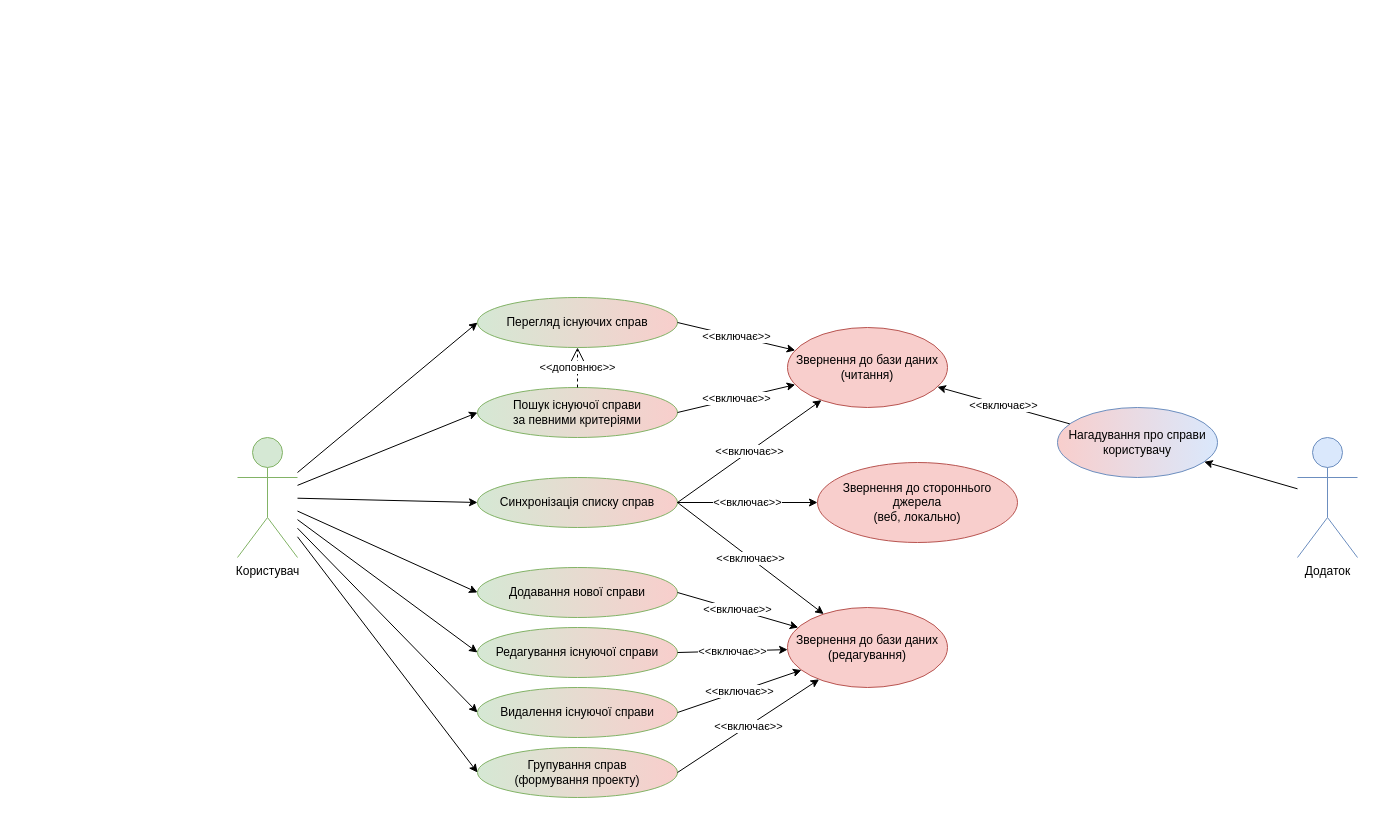
This is docs/use_case_diagram.drawio from stragesnight/.NET_course_project, a draw.io file, before an edit. Source tidied: cells renumbered, new cells numbered last; positions are measured from the earlier drawing's top-left corner, leaving out a move shared by most shapes. Both pictures are drawn from the tidied source at 100%, with x=0, y=0 at pixel (237, 297).
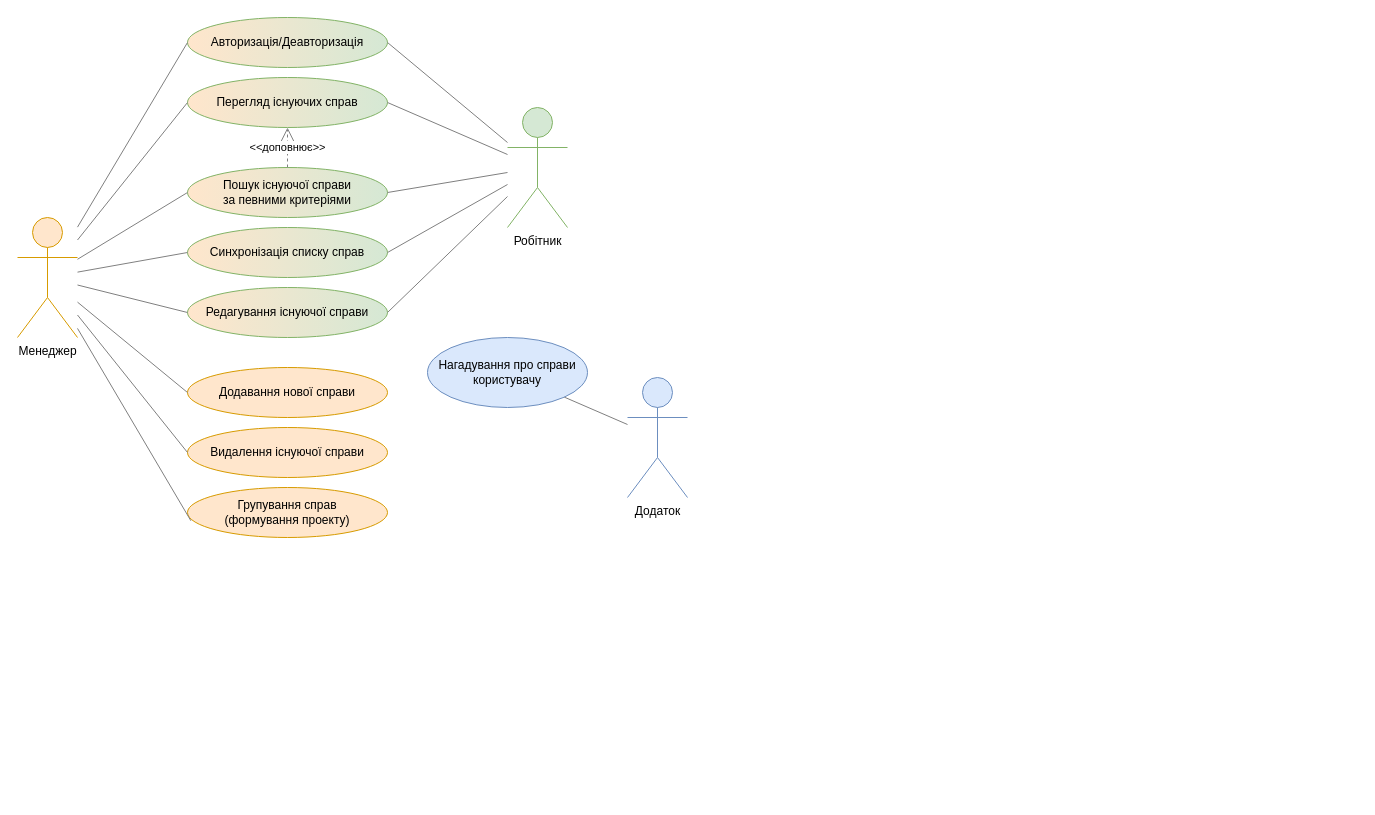
The same diagram, later.

Commit message (it also covers changes not shown here):
Редагування діаграми варіантів використання та файла-додатка

The edit, as a diff of the source:
```diff
@@
-    <mxCell id="2" value="&lt;div&gt;Перегляд існуючих справ&lt;br&gt;&lt;/div&gt;" style="ellipse;whiteSpace=wrap;html=1;gradientDirection=east;fillColor=#d5e8d4;strokeColor=#82b366;gradientColor=#F8CECC;" parent="1" vertex="1">
-      <mxGeometry x="240" width="200" height="50" as="geometry" />
+    <mxCell id="2" value="&lt;div&gt;Перегляд існуючих справ&lt;br&gt;&lt;/div&gt;" style="ellipse;whiteSpace=wrap;html=1;gradientDirection=west;fillColor=#d5e8d4;strokeColor=#82b366;gradientColor=#FFE6CC;" parent="1" vertex="1">
+      <mxGeometry x="-50" y="-220" width="200" height="50" as="geometry" />
     </mxCell>
-    <mxCell id="3" value="&lt;div&gt;Користувач&lt;/div&gt;" style="shape=umlActor;verticalLabelPosition=bottom;verticalAlign=top;html=1;fillColor=#d5e8d4;strokeColor=#82b366;" parent="1" vertex="1">
-      <mxGeometry y="140" width="60" height="120" as="geometry" />
+    <mxCell id="3" value="Робітник" style="shape=umlActor;verticalLabelPosition=bottom;verticalAlign=top;html=1;fillColor=#d5e8d4;strokeColor=#82b366;" parent="1" vertex="1">
+      <mxGeometry x="270" y="-190" width="60" height="120" as="geometry" />
     </mxCell>
-    <mxCell id="4" value="&lt;div&gt;Додавання нової справи&lt;/div&gt;" style="ellipse;whiteSpace=wrap;html=1;fillColor=#d5e8d4;strokeColor=#82b366;gradientDirection=east;gradientColor=#F8CECC;" parent="1" vertex="1">
-      <mxGeometry x="240" y="270" width="200" height="50" as="geometry" />
+    <mxCell id="4" value="&lt;div&gt;Додавання нової справи&lt;/div&gt;" style="ellipse;whiteSpace=wrap;html=1;fillColor=#ffe6cc;strokeColor=#d79b00;gradientDirection=west;" parent="1" vertex="1">
+      <mxGeometry x="-50" y="70" width="200" height="50" as="geometry" />
     </mxCell>
-    <mxCell id="5" value="Редагування існуючої справи" style="ellipse;whiteSpace=wrap;html=1;fillColor=#d5e8d4;strokeColor=#82b366;gradientDirection=east;gradientColor=#F8CECC;" parent="1" vertex="1">
-      <mxGeometry x="240" y="330" width="200" height="50" as="geometry" />
+    <mxCell id="5" value="Редагування існуючої справи" style="ellipse;whiteSpace=wrap;html=1;fillColor=#d5e8d4;strokeColor=#82b366;gradientDirection=west;gradientColor=#FFE6CC;" parent="1" vertex="1">
+      <mxGeometry x="-50" y="-10" width="200" height="50" as="geometry" />
     </mxCell>
-    <mxCell id="6" value="Видалення існуючої справи" style="ellipse;whiteSpace=wrap;html=1;fillColor=#d5e8d4;strokeColor=#82b366;gradientDirection=east;gradientColor=#F8CECC;" parent="1" vertex="1">
-      <mxGeometry x="240" y="390" width="200" height="50" as="geometry" />
+    <mxCell id="6" value="Видалення існуючої справи" style="ellipse;whiteSpace=wrap;html=1;fillColor=#ffe6cc;strokeColor=#d79b00;gradientDirection=west;" parent="1" vertex="1">
+      <mxGeometry x="-50" y="130" width="200" height="50" as="geometry" />
     </mxCell>
-    <mxCell id="7" value="&lt;div&gt;Пошук існуючої справи&lt;/div&gt;&lt;div&gt;за певними&lt;span style=&quot;background-color: initial;&quot;&gt;&amp;nbsp;критеріями&lt;/span&gt;&lt;/div&gt;" style="ellipse;whiteSpace=wrap;html=1;fillColor=#d5e8d4;strokeColor=#82b366;gradientDirection=east;gradientColor=#F8CECC;" parent="1" vertex="1">
-      <mxGeometry x="240" y="90" width="200" height="50" as="geometry" />
+    <mxCell id="7" value="&lt;div&gt;Пошук існуючої справи&lt;/div&gt;&lt;div&gt;за певними&lt;span style=&quot;background-color: initial;&quot;&gt;&amp;nbsp;критеріями&lt;/span&gt;&lt;/div&gt;" style="ellipse;whiteSpace=wrap;html=1;fillColor=#d5e8d4;strokeColor=#82b366;gradientDirection=west;gradientColor=#FFE6CC;" parent="1" vertex="1">
+      <mxGeometry x="-50" y="-130" width="200" height="50" as="geometry" />
     </mxCell>
-    <mxCell id="8" value="Групування справ&lt;br&gt;(формування проекту)" style="ellipse;whiteSpace=wrap;html=1;fillColor=#d5e8d4;strokeColor=#82b366;gradientDirection=east;gradientColor=#F8CECC;" parent="1" vertex="1">
-      <mxGeometry x="240" y="450" width="200" height="50" as="geometry" />
+    <mxCell id="8" value="Групування справ&lt;br&gt;(формування проекту)" style="ellipse;whiteSpace=wrap;html=1;fillColor=#ffe6cc;strokeColor=#d79b00;gradientDirection=west;" parent="1" vertex="1">
+      <mxGeometry x="-50" y="190" width="200" height="50" as="geometry" />
     </mxCell>
-    <mxCell id="9" style="endArrow=classic;html=1;rounded=0;entryX=0;entryY=0.5;entryDx=0;entryDy=0;endFill=1;" parent="1" edge="1" source="3" target="2">
-      <mxGeometry relative="1" as="geometry" />
-    </mxCell>
-    <mxCell id="10" style="endArrow=classic;html=1;rounded=0;entryX=0;entryY=0.5;entryDx=0;entryDy=0;endFill=1;" parent="1" edge="1" source="3" target="4">
-      <mxGeometry relative="1" as="geometry" />
-    </mxCell>
-    <mxCell id="11" style="endArrow=classic;html=1;rounded=0;entryX=0;entryY=0.5;entryDx=0;entryDy=0;endFill=1;" parent="1" edge="1" source="3" target="5">
-      <mxGeometry relative="1" as="geometry" />
-    </mxCell>
-    <mxCell id="12" style="endArrow=classic;html=1;rounded=0;entryX=0;entryY=0.5;entryDx=0;entryDy=0;endFill=1;" parent="1" edge="1" source="3" target="6">
-      <mxGeometry relative="1" as="geometry" />
-    </mxCell>
-    <mxCell id="13" style="endArrow=classic;html=1;rounded=0;entryX=0;entryY=0.5;entryDx=0;entryDy=0;endFill=1;" parent="1" edge="1" source="3" target="7">
-      <mxGeometry relative="1" as="geometry" />
-    </mxCell>
-    <mxCell id="14" style="endArrow=classic;html=1;rounded=0;entryX=0;entryY=0.5;entryDx=0;entryDy=0;endFill=1;" parent="1" edge="1" source="3" target="8">
-      <mxGeometry relative="1" as="geometry" />
-    </mxCell>
-    <mxCell id="15" value="Звернення до бази даних&lt;br&gt;(читання)" style="ellipse;whiteSpace=wrap;html=1;fillColor=#f8cecc;strokeColor=#b85450;" parent="1" vertex="1">
-      <mxGeometry x="550" y="30" width="160" height="80" as="geometry" />
-    </mxCell>
-    <mxCell id="16" value="Звернення до бази даних (редагування)" style="ellipse;whiteSpace=wrap;html=1;fillColor=#f8cecc;strokeColor=#b85450;" parent="1" vertex="1">
-      <mxGeometry x="550" y="310" width="160" height="80" as="geometry" />
-    </mxCell>
-    <mxCell id="17" value="&amp;lt;&amp;lt;включає&amp;gt;&amp;gt;" style="endArrow=none;html=1;rounded=0;entryX=1;entryY=0.5;entryDx=0;entryDy=0;startArrow=classic;startFill=1;" parent="1" edge="1" source="15" target="2">
-      <mxGeometry relative="1" as="geometry" />
-    </mxCell>
-    <mxCell id="18" value="&amp;lt;&amp;lt;включає&amp;gt;&amp;gt;" style="endArrow=none;html=1;rounded=0;entryX=1;entryY=0.5;entryDx=0;entryDy=0;startArrow=classic;startFill=1;" parent="1" edge="1" source="15" target="7">
-      <mxGeometry relative="1" as="geometry" />
-    </mxCell>
-    <mxCell id="19" value="&amp;lt;&amp;lt;включає&amp;gt;&amp;gt;" style="endArrow=none;html=1;rounded=0;entryX=1;entryY=0.5;entryDx=0;entryDy=0;startArrow=classic;startFill=1;" parent="1" edge="1" source="16" target="4">
-      <mxGeometry relative="1" as="geometry" />
-    </mxCell>
-    <mxCell id="20" value="&amp;lt;&amp;lt;включає&amp;gt;&amp;gt;" style="endArrow=none;html=1;rounded=0;entryX=1;entryY=0.5;entryDx=0;entryDy=0;startArrow=classic;startFill=1;" parent="1" edge="1" source="16" target="5">
-      <mxGeometry relative="1" as="geometry" />
-    </mxCell>
-    <mxCell id="21" value="&amp;lt;&amp;lt;включає&amp;gt;&amp;gt;" style="endArrow=none;html=1;rounded=0;entryX=1;entryY=0.5;entryDx=0;entryDy=0;startArrow=classic;startFill=1;" parent="1" edge="1" source="16" target="6">
-      <mxGeometry relative="1" as="geometry" />
-    </mxCell>
-    <mxCell id="22" value="&amp;lt;&amp;lt;включає&amp;gt;&amp;gt;" style="endArrow=none;html=1;rounded=0;entryX=1;entryY=0.5;entryDx=0;entryDy=0;startArrow=classic;startFill=1;" parent="1" edge="1" source="16" target="8">
-      <mxGeometry relative="1" as="geometry" />
-    </mxCell>
     <mxCell id="23" value="Додаток" style="shape=umlActor;verticalLabelPosition=bottom;verticalAlign=top;html=1;fillColor=#dae8fc;strokeColor=#6c8ebf;" parent="1" vertex="1">
-      <mxGeometry x="1060" y="140" width="60" height="120" as="geometry" />
+      <mxGeometry x="390" y="80" width="60" height="120" as="geometry" />
     </mxCell>
-    <mxCell id="24" value="&lt;div&gt;Нагадування про справи користувачу&lt;br&gt;&lt;/div&gt;" style="ellipse;whiteSpace=wrap;html=1;fillColor=#dae8fc;strokeColor=#6c8ebf;gradientDirection=west;gradientColor=#F8CECC;" parent="1" vertex="1">
-      <mxGeometry x="820" y="110" width="160" height="70" as="geometry" />
+    <mxCell id="24" value="&lt;div&gt;Нагадування про справи користувачу&lt;br&gt;&lt;/div&gt;" style="ellipse;whiteSpace=wrap;html=1;fillColor=#dae8fc;strokeColor=#6c8ebf;gradientDirection=west;gradientColor=none;" parent="1" vertex="1">
+      <mxGeometry x="190" y="40" width="160" height="70" as="geometry" />
     </mxCell>
-    <mxCell id="25" value="&amp;lt;&amp;lt;включає&amp;gt;&amp;gt;" style="endArrow=classic;html=1;rounded=0;endFill=1;" parent="1" edge="1" source="24" target="15">
-      <mxGeometry relative="1" as="geometry" />
-    </mxCell>
-    <mxCell id="26" style="endArrow=classic;html=1;rounded=0;endFill=1;" parent="1" edge="1" source="23" target="24">
-      <mxGeometry relative="1" as="geometry" />
-    </mxCell>
-    <mxCell id="27" value="&amp;lt;&amp;lt;доповнює&amp;gt;&amp;gt;" style="endArrow=open;endSize=12;dashed=1;html=1;rounded=0;fontColor=#050505;strokeWidth=1;" parent="1" edge="1" source="7" target="2">
+    <mxCell id="27" value="&amp;lt;&amp;lt;доповнює&amp;gt;&amp;gt;" style="endArrow=open;endSize=12;dashed=1;html=1;rounded=0;fontColor=#050505;strokeWidth=1;strokeColor=#808080;" parent="1" edge="1" source="7" target="2">
       <mxGeometry relative="1" as="geometry" />
     </mxCell>
-    <mxCell id="28" value="Синхронізація списку справ" style="ellipse;whiteSpace=wrap;html=1;gradientDirection=east;fillColor=#d5e8d4;strokeColor=#82b366;gradientColor=#F8CECC;" parent="1" vertex="1">
-      <mxGeometry x="240" y="180" width="200" height="50" as="geometry" />
+    <mxCell id="28" value="Синхронізація списку справ" style="ellipse;whiteSpace=wrap;html=1;gradientDirection=west;fillColor=#d5e8d4;strokeColor=#82b366;gradientColor=#FFE6CC;" parent="1" vertex="1">
+      <mxGeometry x="-50" y="-70" width="200" height="50" as="geometry" />
     </mxCell>
-    <mxCell id="29" value="&amp;lt;&amp;lt;включає&amp;gt;&amp;gt;" style="endArrow=none;html=1;rounded=0;startArrow=classic;startFill=1;entryX=1;entryY=0.5;entryDx=0;entryDy=0;" parent="1" edge="1" source="16" target="28">
-      <mxGeometry relative="1" as="geometry" />
-    </mxCell>
+    <mxCell id="34" value="Менеджер" style="shape=umlActor;verticalLabelPosition=bottom;verticalAlign=top;html=1;fillColor=#ffe6cc;strokeColor=#d79b00;" parent="1" vertex="1">
+      <mxGeometry x="-220" y="-80" width="60" height="120" as="geometry" />
+    </mxCell>
+    <mxCell id="35" style="endArrow=none;html=1;rounded=0;entryX=0;entryY=0.5;entryDx=0;entryDy=0;strokeColor=#808080;" parent="1" edge="1" source="34" target="2">
+      <mxGeometry relative="1" as="geometry" />
+    </mxCell>
+    <mxCell id="36" style="endArrow=none;html=1;rounded=0;entryX=0;entryY=0.5;entryDx=0;entryDy=0;strokeColor=#808080;" parent="1" edge="1" source="34" target="7">
+      <mxGeometry relative="1" as="geometry" />
+    </mxCell>
+    <mxCell id="37" style="endArrow=none;html=1;rounded=0;entryX=0;entryY=0.5;entryDx=0;entryDy=0;strokeColor=#808080;" parent="1" edge="1" source="34" target="28">
+      <mxGeometry relative="1" as="geometry" />
+    </mxCell>
+    <mxCell id="38" style="endArrow=none;html=1;rounded=0;entryX=0;entryY=0.5;entryDx=0;entryDy=0;strokeColor=#808080;" parent="1" edge="1" source="34" target="5">
+      <mxGeometry relative="1" as="geometry" />
+    </mxCell>
+    <mxCell id="39" style="endArrow=none;html=1;rounded=0;entryX=0;entryY=0.5;entryDx=0;entryDy=0;strokeColor=#808080;" parent="1" edge="1" source="34" target="4">
+      <mxGeometry relative="1" as="geometry" />
+    </mxCell>
+    <mxCell id="40" style="endArrow=none;html=1;rounded=0;entryX=0;entryY=0.5;entryDx=0;entryDy=0;strokeColor=#808080;" parent="1" edge="1" source="34" target="6">
+      <mxGeometry relative="1" as="geometry" />
+    </mxCell>
+    <mxCell id="41" style="endArrow=none;html=1;rounded=0;entryX=0.017;entryY=0.666;entryDx=0;entryDy=0;entryPerimeter=0;strokeColor=#808080;" parent="1" edge="1" source="34" target="8">
+      <mxGeometry relative="1" as="geometry" />
+    </mxCell>
+    <mxCell id="42" style="endArrow=none;html=1;rounded=0;strokeColor=#808080;" parent="1" edge="1" source="24" target="23">
+      <mxGeometry relative="1" as="geometry" />
+    </mxCell>
+    <mxCell id="9" style="endArrow=none;html=1;rounded=0;entryX=1;entryY=0.5;entryDx=0;entryDy=0;strokeColor=#808080;" parent="1" edge="1" source="3" target="2">
+      <mxGeometry relative="1" as="geometry" />
+    </mxCell>
+    <mxCell id="13" style="endArrow=none;html=1;rounded=0;entryX=1;entryY=0.5;entryDx=0;entryDy=0;strokeColor=#808080;" parent="1" edge="1" source="3" target="7">
+      <mxGeometry relative="1" as="geometry" />
+    </mxCell>
-    <mxCell id="30" style="endArrow=classic;html=1;rounded=0;entryX=0;entryY=0.5;entryDx=0;entryDy=0;endFill=1;" parent="1" edge="1" source="3" target="28">
+    <mxCell id="30" style="endArrow=none;html=1;rounded=0;entryX=1;entryY=0.5;entryDx=0;entryDy=0;strokeColor=#808080;" parent="1" edge="1" source="3" target="28">
       <mxGeometry relative="1" as="geometry" />
     </mxCell>
-    <mxCell id="31" value="Звернення до стороннього джерела&lt;br&gt;(веб, локально)" style="ellipse;whiteSpace=wrap;html=1;fillColor=#f8cecc;strokeColor=#b85450;" parent="1" vertex="1">
-      <mxGeometry x="580" y="165" width="200" height="80" as="geometry" />
-    </mxCell>
-    <mxCell id="32" value="&amp;lt;&amp;lt;включає&amp;gt;&amp;gt;" style="endArrow=none;html=1;rounded=0;startArrow=classic;startFill=1;entryX=1;entryY=0.5;entryDx=0;entryDy=0;" parent="1" edge="1" source="31" target="28">
-      <mxGeometry relative="1" as="geometry" />
-    </mxCell>
-    <mxCell id="33" value="&amp;lt;&amp;lt;включає&amp;gt;&amp;gt;" style="endArrow=none;html=1;rounded=0;startArrow=classic;startFill=1;entryX=1;entryY=0.5;entryDx=0;entryDy=0;" parent="1" edge="1" source="15" target="28">
-      <mxGeometry relative="1" as="geometry" />
-    </mxCell>
+    <mxCell id="11" style="endArrow=none;html=1;rounded=0;entryX=1;entryY=0.5;entryDx=0;entryDy=0;strokeColor=#808080;" parent="1" edge="1" source="3" target="5">
+      <mxGeometry relative="1" as="geometry" />
+    </mxCell>
+    <mxCell id="43" value="&lt;div&gt;Авторизація/Деавторизація&lt;br&gt;&lt;/div&gt;" style="ellipse;whiteSpace=wrap;html=1;gradientDirection=west;fillColor=#d5e8d4;strokeColor=#82b366;gradientColor=#FFE6CC;" parent="1" vertex="1">
+      <mxGeometry x="-50" y="-280" width="200" height="50" as="geometry" />
+    </mxCell>
+    <mxCell id="44" style="endArrow=none;html=1;rounded=0;entryX=0;entryY=0.5;entryDx=0;entryDy=0;strokeColor=#808080;" parent="1" edge="1" source="34" target="43">
+      <mxGeometry relative="1" as="geometry" />
+    </mxCell>
+    <mxCell id="45" style="endArrow=none;html=1;rounded=0;entryX=1;entryY=0.5;entryDx=0;entryDy=0;strokeColor=#808080;" parent="1" edge="1" source="3" target="43">
+      <mxGeometry relative="1" as="geometry" />
+    </mxCell>
```
